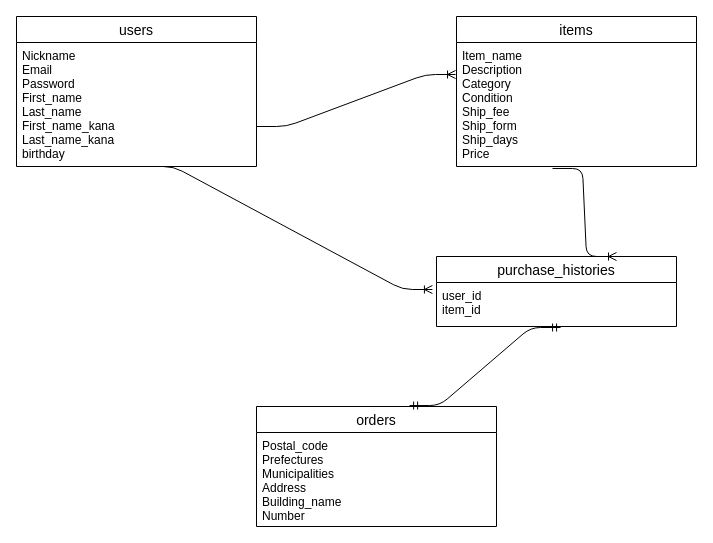
The draw.io diagram ER図.dio in ogguraaaaa/furima-36552, before the edit. Source tidied: cells renumbered, new cells numbered last; positions are measured from the earlier drawing's top-left corner, leaving out a move shared by most shapes. Both pictures are drawn from the tidied source at 100%, with x=0, y=0 at pixel (16, 16).
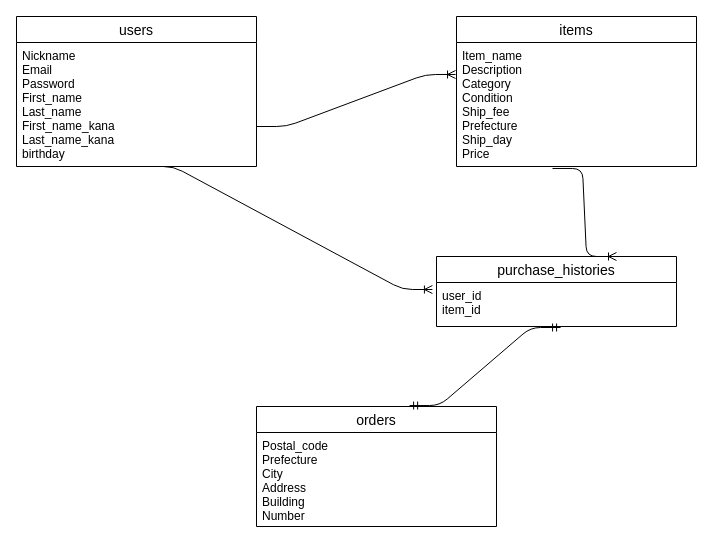
The same page after the edit.

Commit message (it also covers changes not shown here):
active_hash項目の修正

Diff of the diagram source:
```diff
@@
 <mxGraphModel>
   <root>
     <mxCell id="0" />
     <mxCell id="1" parent="0" />
     <mxCell id="2" value="users" style="swimlane;fontStyle=0;horizontal=1;startSize=26;align=center;fontSize=14;" parent="1" vertex="1">
       <mxGeometry width="240" height="150" as="geometry" />
     </mxCell>
     <mxCell id="3" value="Nickname&#10;Email&#10;Password&#10;First_name&#10;Last_name&#10;First_name_kana&#10;Last_name_kana&#10;birthday&#10;" style="text;strokeColor=none;fillColor=none;spacingLeft=4;spacingRight=4;overflow=hidden;points=[[0,0.5],[1,0.5]];portConstraint=eastwest;fontSize=12;" parent="2" vertex="1">
       <mxGeometry y="26" width="240" height="124" as="geometry" />
     </mxCell>
     <mxCell id="4" value="items" style="swimlane;fontStyle=0;horizontal=1;startSize=26;align=center;fontSize=14;" parent="1" vertex="1">
       <mxGeometry x="440" width="240" height="150" as="geometry" />
     </mxCell>
-    <mxCell id="5" value="Item_name&#10;Description&#10;Category&#10;Condition&#10;Ship_fee&#10;Ship_form&#10;Ship_days&#10;Price&#10;" style="text;strokeColor=none;fillColor=none;spacingLeft=4;spacingRight=4;overflow=hidden;points=[[0,0.5],[1,0.5]];portConstraint=eastwest;fontSize=12;" parent="4" vertex="1">
+    <mxCell id="5" value="Item_name&#10;Description&#10;Category&#10;Condition&#10;Ship_fee&#10;Prefecture&#10;Ship_day&#10;Price&#10;" style="text;strokeColor=none;fillColor=none;spacingLeft=4;spacingRight=4;overflow=hidden;points=[[0,0.5],[1,0.5]];portConstraint=eastwest;fontSize=12;" parent="4" vertex="1">
       <mxGeometry y="26" width="240" height="124" as="geometry" />
     </mxCell>
     <mxCell id="6" value="orders" style="swimlane;fontStyle=0;horizontal=1;startSize=26;align=center;fontSize=14;" parent="1" vertex="1">
       <mxGeometry x="240" y="390" width="240" height="120" as="geometry" />
     </mxCell>
-    <mxCell id="7" value="Postal_code&#10;Prefectures&#10;Municipalities&#10;Address&#10;Building_name&#10;Number" style="text;strokeColor=none;fillColor=none;spacingLeft=4;spacingRight=4;overflow=hidden;fontSize=12;" parent="6" vertex="1">
+    <mxCell id="7" value="Postal_code&#10;Prefecture&#10;City&#10;Address&#10;Building&#10;Number" style="text;strokeColor=none;fillColor=none;spacingLeft=4;spacingRight=4;overflow=hidden;fontSize=12;" parent="6" vertex="1">
       <mxGeometry y="26" width="240" height="94" as="geometry" />
     </mxCell>
     <mxCell id="8" value="purchase_histories" style="swimlane;fontStyle=0;horizontal=1;startSize=26;align=center;fontSize=14;" parent="1" vertex="1">
       <mxGeometry x="420" y="240" width="240" height="70" as="geometry" />
     </mxCell>
     <mxCell id="9" value="user_id&#10;item_id" style="text;strokeColor=none;fillColor=none;spacingLeft=4;spacingRight=4;overflow=hidden;points=[[0,0.5],[1,0.5]];portConstraint=eastwest;fontSize=12;" parent="8" vertex="1">
       <mxGeometry y="26" width="240" height="44" as="geometry" />
     </mxCell>
     <mxCell id="10" style="edgeStyle=entityRelationEdgeStyle;fontSize=12;html=1;endArrow=ERoneToMany;entryX=-0.004;entryY=0.258;entryDx=0;entryDy=0;entryPerimeter=0;" parent="1" edge="1" target="5">
       <mxGeometry relative="1" as="geometry">
         <mxPoint x="240" y="110" as="sourcePoint" />
       </mxGeometry>
     </mxCell>
     <mxCell id="11" style="edgeStyle=entityRelationEdgeStyle;fontSize=12;html=1;endArrow=ERmandOne;startArrow=ERmandOne;entryX=0.517;entryY=1.023;entryDx=0;entryDy=0;entryPerimeter=0;exitX=0.638;exitY=-0.008;exitDx=0;exitDy=0;exitPerimeter=0;" parent="1" edge="1" source="6" target="9">
       <mxGeometry relative="1" as="geometry" />
     </mxCell>
     <mxCell id="12" style="edgeStyle=entityRelationEdgeStyle;fontSize=12;html=1;endArrow=ERoneToMany;exitX=0.529;exitY=1;exitDx=0;exitDy=0;exitPerimeter=0;entryX=-0.017;entryY=0.159;entryDx=0;entryDy=0;entryPerimeter=0;" parent="1" edge="1" source="3" target="9">
       <mxGeometry relative="1" as="geometry" />
     </mxCell>
     <mxCell id="13" style="edgeStyle=entityRelationEdgeStyle;fontSize=12;html=1;endArrow=ERoneToMany;exitX=0.4;exitY=1.016;exitDx=0;exitDy=0;exitPerimeter=0;entryX=0.75;entryY=0;entryDx=0;entryDy=0;" parent="1" edge="1" source="5" target="8">
       <mxGeometry relative="1" as="geometry" />
     </mxCell>
   </root>
 </mxGraphModel>
```
